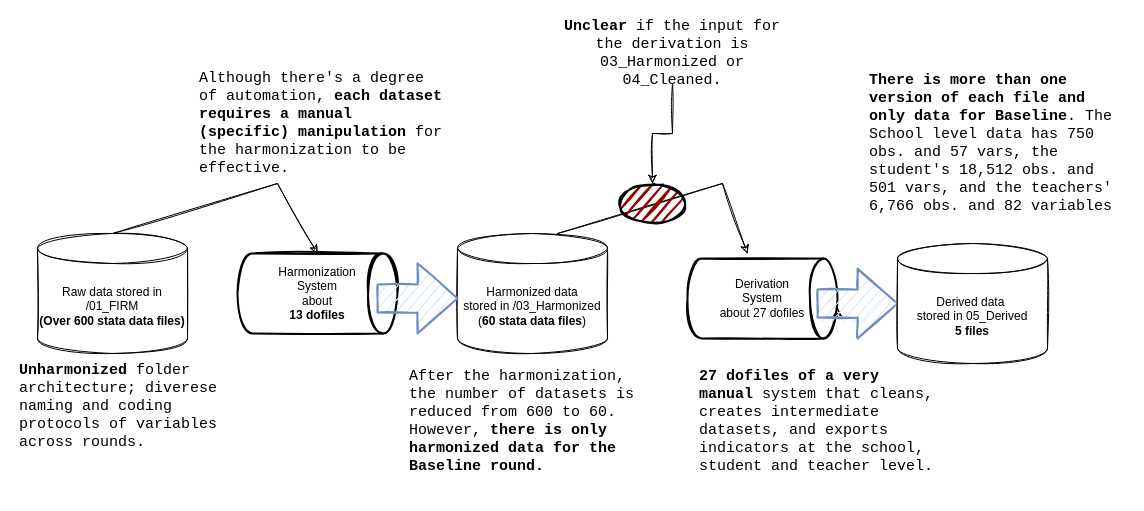
This is report/Untitled Diagram.drawio from araupontones/MLS_concept, a draw.io file, before an edit. Source tidied: cells renumbered, new cells numbered last; positions are measured from the earlier drawing's top-left corner, leaving out a move shared by most shapes. Both pictures are drawn from the tidied source at 100%, with x=0, y=0 at pixel (17, 23).
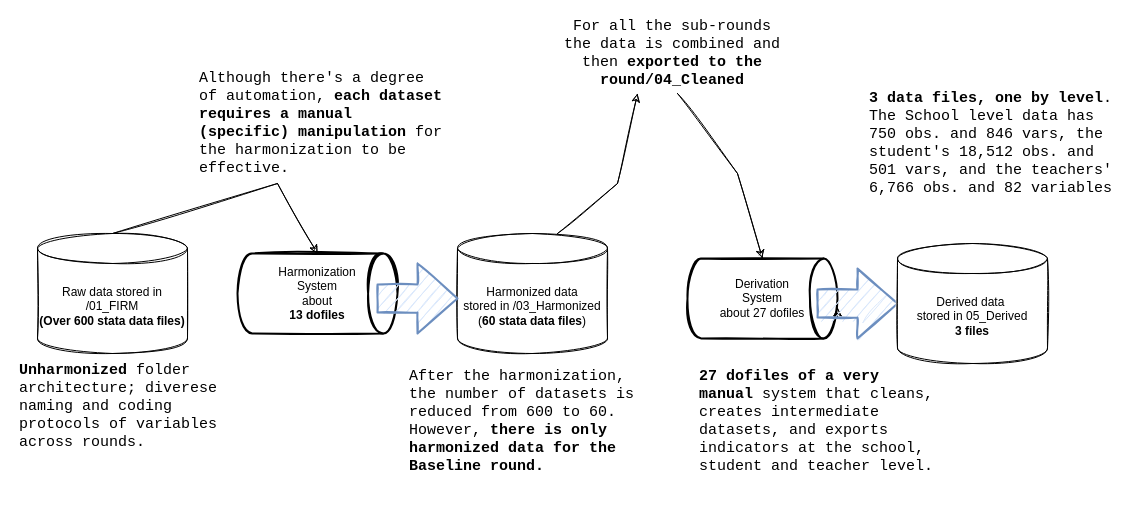
Above is the later version.

Unchanged cells that the change refers to:
```xml
<mxCell id="10" value="&lt;span style=&quot;font-weight: normal&quot;&gt;Derivation&lt;br&gt;System&lt;br&gt;about 27 dofiles&lt;/span&gt;" style="strokeWidth=2;html=1;shape=mxgraph.flowchart.direct_data;align=center;verticalAlign=middle;whiteSpace=wrap;fontStyle=1;sketch=1;" parent="1" vertex="1">
  <mxGeometry x="670" y="235" width="150" height="80" as="geometry" />
</mxCell>
```

The edit, as a diff of the source:
```diff
@@
-    <mxCell id="11" style="endArrow=classic;html=1;rounded=0;exitX=0.5;exitY=0;exitDx=0;exitDy=0;exitPerimeter=0;sketch=1;" parent="1" edge="1">
+    <mxCell id="11" style="endArrow=classic;html=1;rounded=0;exitX=0.5;exitY=0;exitDx=0;exitDy=0;exitPerimeter=0;sketch=1;entryX=0.348;entryY=1.167;entryDx=0;entryDy=0;entryPerimeter=0;" parent="1" edge="1" target="16">
       <mxGeometry relative="1" as="geometry">
         <mxPoint x="540" y="210" as="sourcePoint" />
-        <mxPoint x="730" y="230" as="targetPoint" />
         <Array as="points">
-          <mxPoint x="705" y="160" />
+          <mxPoint x="600" y="160" />
         </Array>
       </mxGeometry>
     </mxCell>
-    <mxCell id="12" style="ellipse;whiteSpace=wrap;html=1;strokeWidth=2;fillWeight=2;hachureGap=8;fillColor=#990000;fillStyle=dots;sketch=1;" parent="1" vertex="1">
-      <mxGeometry x="600" y="160" width="70" height="40" as="geometry" />
-    </mxCell>
@@
-    <mxCell id="15" style="edgeStyle=orthogonalEdgeStyle;rounded=0;jettySize=auto;html=1;sketch=1;" parent="1" edge="1" source="16" target="12">
-      <mxGeometry relative="1" as="geometry" />
-    </mxCell>
-    <mxCell id="16" value="&lt;font style=&quot;font-size: 15px&quot;&gt;&lt;b&gt;Unclear &lt;/b&gt;if the input for the derivation is 03_Harmonized or 04_Cleaned.&lt;/font&gt;" style="text;html=1;strokeColor=none;fillColor=none;align=center;verticalAlign=middle;whiteSpace=wrap;rounded=0;fontFamily=Courier New;fontSize=14;sketch=1;" parent="1" vertex="1">
+    <mxCell id="16" value="&lt;span style=&quot;font-size: 15px&quot;&gt;For all the sub-rounds the data is combined and then &lt;b&gt;exported to the round/04_Cleaned&lt;/b&gt;&lt;/span&gt;" style="text;html=1;strokeColor=none;fillColor=none;align=center;verticalAlign=middle;whiteSpace=wrap;rounded=0;fontFamily=Courier New;fontSize=14;sketch=1;" parent="1" vertex="1">
       <mxGeometry x="540" width="230" height="60" as="geometry" />
     </mxCell>
-    <mxCell id="17" value="Derived data&amp;nbsp;&lt;br&gt;stored in&amp;nbsp;05_Derived&lt;br&gt;&lt;b&gt;5 files&lt;/b&gt;" style="shape=cylinder3;whiteSpace=wrap;html=1;boundedLbl=1;backgroundOutline=1;size=15;sketch=1;" parent="1" vertex="1">
+    <mxCell id="17" value="Derived data&amp;nbsp;&lt;br&gt;stored in&amp;nbsp;05_Derived&lt;br&gt;&lt;b&gt;3 files&lt;/b&gt;" style="shape=cylinder3;whiteSpace=wrap;html=1;boundedLbl=1;backgroundOutline=1;size=15;sketch=1;" parent="1" vertex="1">
       <mxGeometry x="880" y="220" width="150" height="120" as="geometry" />
     </mxCell>
@@
-    <mxCell id="19" value="&lt;font style=&quot;font-size: 15px&quot;&gt;&lt;b&gt;There is more than one version of each file and only data for Baseline&lt;/b&gt;. The School level data has 750 obs. and 57 vars, the student's 18,512 obs. and 501 vars, and the teachers' 6,766 obs. and 82 variables&lt;/font&gt;" style="text;html=1;strokeColor=none;fillColor=none;align=left;verticalAlign=middle;whiteSpace=wrap;rounded=0;fontFamily=Courier New;fontSize=14;sketch=1;" parent="1" vertex="1">
+    <mxCell id="19" value="&lt;font style=&quot;font-size: 15px&quot;&gt;&lt;b&gt;3 data files, one by level&lt;/b&gt;. The School level data has 750 obs. and 846 vars, the student's 18,512 obs. and 501 vars, and the teachers' 6,766 obs. and 82 variables&lt;/font&gt;" style="text;html=1;strokeColor=none;fillColor=none;align=left;verticalAlign=middle;whiteSpace=wrap;rounded=0;fontFamily=Courier New;fontSize=14;sketch=1;" parent="1" vertex="1">
       <mxGeometry x="850" y="30" width="260" height="180" as="geometry" />
     </mxCell>
+    <mxCell id="20" style="endArrow=classic;html=1;rounded=0;sketch=1;entryX=0.5;entryY=0;entryDx=0;entryDy=0;entryPerimeter=0;" parent="1" edge="1" target="10">
+      <mxGeometry relative="1" as="geometry">
+        <mxPoint x="660" y="70" as="sourcePoint" />
+        <Array as="points">
+          <mxPoint x="720" y="150" />
+        </Array>
+      </mxGeometry>
+    </mxCell>
```
